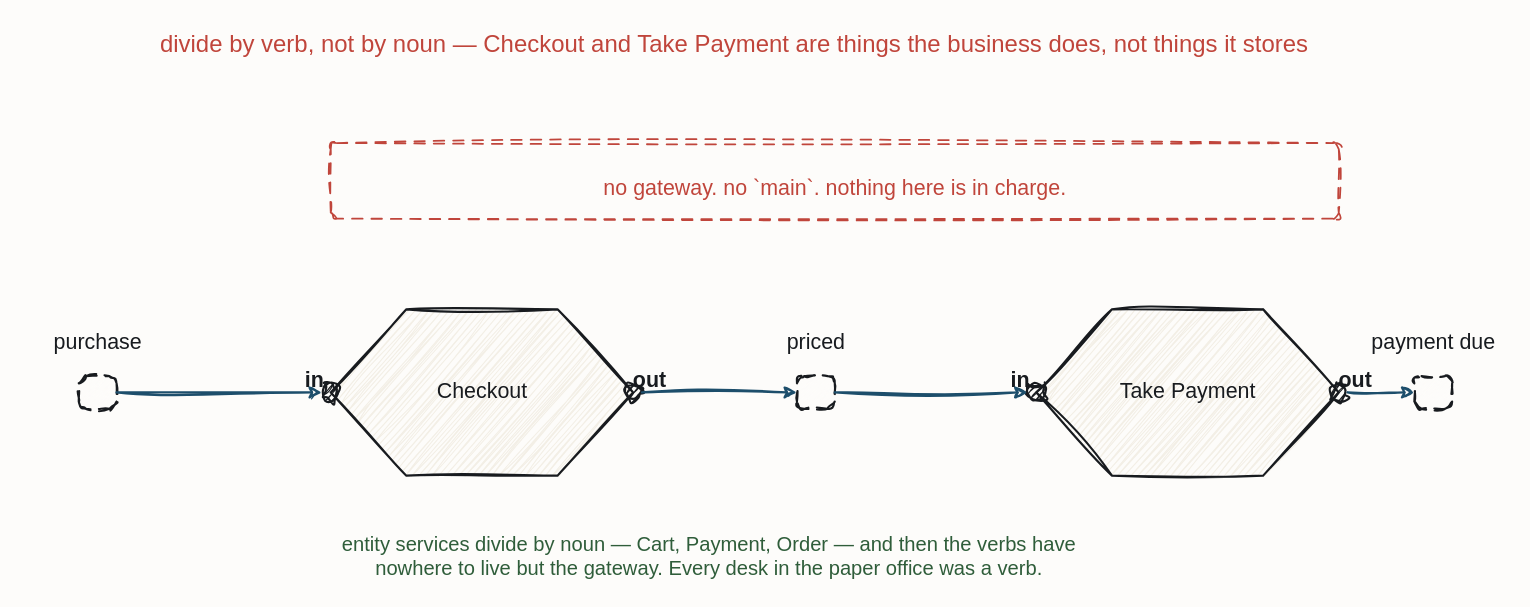
iancooper/practical-messaging keeps this draw.io diagram as resources/flow-partition-checkout.drawio. Above is the earlier version. Source tidied: cells renumbered, new cells numbered last; positions are measured from the earlier drawing's top-left corner, leaving out a move shared by most shapes. Both pictures are drawn from the tidied source at 126%, with x=0, y=0 at pixel (21, 21).
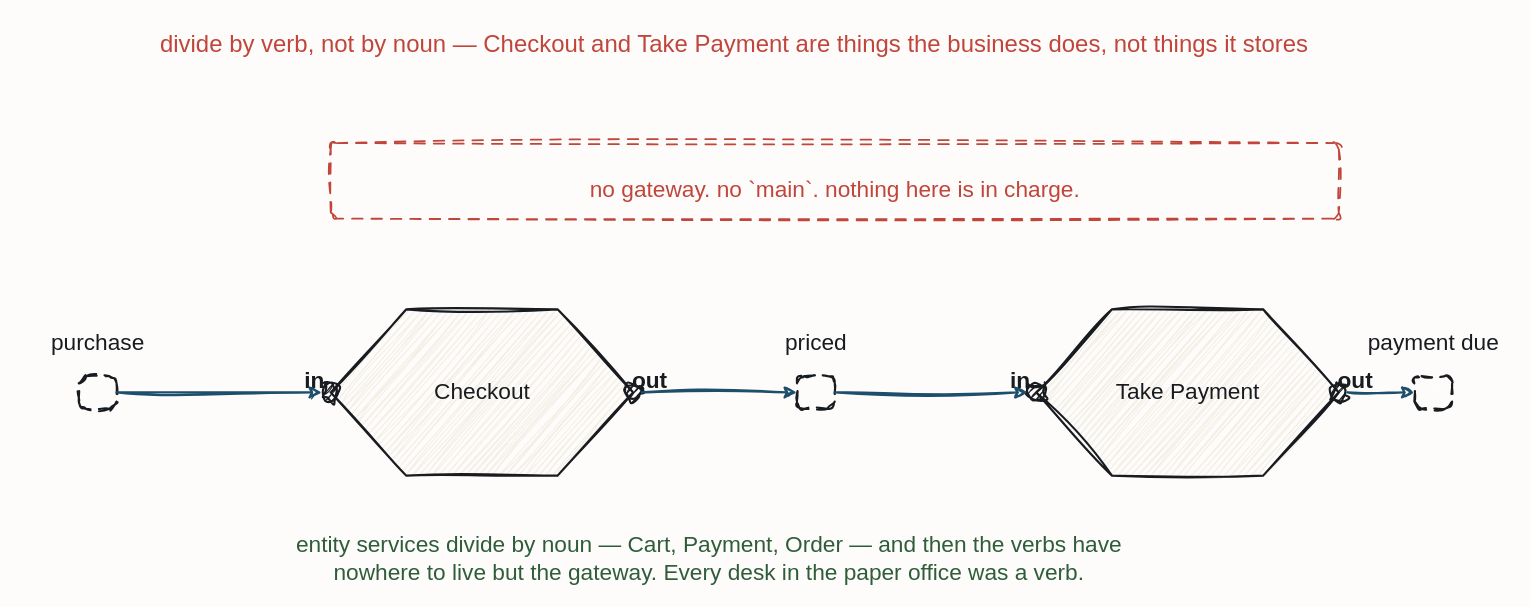
The same diagram, later.

Unchanged cells that the change refers to:
```xml
<mxCell id="5" style="sketch=1;hachureGap=4;jiggle=2;curveFitting=1;fontFamily=Caveat;html=1;ellipse;verticalLabelPosition=bottom;verticalAlign=top;strokeColor=#181B1F;strokeWidth=1.7;fillColor=#181B1F;fontColor=#181B1F;fontSize=14;" parent="1" vertex="1">
  <mxGeometry x="238" y="287" width="14" height="14" as="geometry" />
</mxCell>
<mxCell id="7" style="sketch=1;hachureGap=4;jiggle=2;curveFitting=1;fontFamily=Caveat;html=1;ellipse;verticalLabelPosition=bottom;verticalAlign=top;strokeColor=#181B1F;strokeWidth=1.7;fillColor=#181B1F;fontColor=#181B1F;fontSize=14;" parent="1" vertex="1">
  <mxGeometry x="478" y="287" width="14" height="14" as="geometry" />
</mxCell>
<mxCell id="10" style="sketch=1;hachureGap=4;jiggle=2;curveFitting=1;fontFamily=Caveat;html=1;ellipse;verticalLabelPosition=bottom;verticalAlign=top;strokeColor=#181B1F;strokeWidth=1.7;fillColor=#181B1F;fontColor=#181B1F;fontSize=14;" parent="1" vertex="1">
  <mxGeometry x="798" y="287" width="14" height="14" as="geometry" />
</mxCell>
<mxCell id="12" style="sketch=1;hachureGap=4;jiggle=2;curveFitting=1;fontFamily=Caveat;html=1;ellipse;verticalLabelPosition=bottom;verticalAlign=top;strokeColor=#181B1F;strokeWidth=1.7;fillColor=#181B1F;fontColor=#181B1F;fontSize=14;" parent="1" vertex="1">
  <mxGeometry x="1038" y="287" width="14" height="14" as="geometry" />
</mxCell>
<mxCell id="14" style="sketch=1;hachureGap=4;jiggle=2;curveFitting=1;fontFamily=Caveat;html=1;rounded=1;arcSize=22;dashed=1;dashPattern=5 4;strokeColor=#181B1F;strokeWidth=1.7;fillColor=#FDFCFA;fontColor=#181B1F;fontSize=13;" parent="1" vertex="1">
  <mxGeometry x="45" y="281" width="30" height="26" as="geometry" />
</mxCell>
<mxCell id="15" style="sketch=1;hachureGap=4;jiggle=2;curveFitting=1;fontFamily=Caveat;html=1;rounded=1;arcSize=22;dashed=1;dashPattern=5 4;strokeColor=#181B1F;strokeWidth=1.7;fillColor=#FDFCFA;fontColor=#181B1F;fontSize=13;" parent="1" vertex="1">
  <mxGeometry x="615" y="281" width="30" height="26" as="geometry" />
</mxCell>
<mxCell id="16" style="sketch=1;hachureGap=4;jiggle=2;curveFitting=1;fontFamily=Caveat;html=1;rounded=1;arcSize=22;dashed=1;dashPattern=5 4;strokeColor=#181B1F;strokeWidth=1.7;fillColor=#FDFCFA;fontColor=#181B1F;fontSize=13;" parent="1" vertex="1">
  <mxGeometry x="1105" y="281" width="30" height="26" as="geometry" />
</mxCell>
```

What changed in the source:
```diff
@@
-    <mxCell id="4" value="Checkout" style="sketch=1;hachureGap=4;jiggle=2;curveFitting=1;fontFamily=Caveat;html=1;shape=hexagon;perimeter=hexagonPerimeter2;strokeColor=#181B1F;strokeWidth=1.7;fillColor=#F3EFE6;fontColor=#181B1F;fontSize=17;" parent="1" vertex="1">
+    <mxCell id="4" value="Checkout" style="sketch=1;hachureGap=4;jiggle=2;curveFitting=1;fontFamily=Caveat;html=1;shape=hexagon;perimeter=hexagonPerimeter2;strokeColor=#181B1F;strokeWidth=1.7;fillColor=#F3EFE6;fontColor=#181B1F;fontSize=18;" parent="1" vertex="1">
       <mxGeometry x="245" y="228" width="240" height="132" as="geometry" />
     </mxCell>
@@
-    <mxCell id="6" value="in" style="text;html=1;align=center;fontFamily=Caveat;fontSize=17;fontColor=#181B1F;fontStyle=1;" parent="1" vertex="1">
+    <mxCell id="6" value="in" style="text;html=1;align=center;fontFamily=Caveat;fontSize=18;fontColor=#181B1F;fontStyle=1;" parent="1" vertex="1">
       <mxGeometry x="172" y="268" width="120" height="20" as="geometry" />
     </mxCell>
@@
-    <mxCell id="8" value="out" style="text;html=1;align=center;fontFamily=Caveat;fontSize=17;fontColor=#181B1F;fontStyle=1;" parent="1" vertex="1">
+    <mxCell id="8" value="out" style="text;html=1;align=center;fontFamily=Caveat;fontSize=18;fontColor=#181B1F;fontStyle=1;" parent="1" vertex="1">
       <mxGeometry x="438" y="268" width="120" height="20" as="geometry" />
     </mxCell>
-    <mxCell id="9" value="Take Payment" style="sketch=1;hachureGap=4;jiggle=2;curveFitting=1;fontFamily=Caveat;html=1;shape=hexagon;perimeter=hexagonPerimeter2;strokeColor=#181B1F;strokeWidth=1.7;fillColor=#F3EFE6;fontColor=#181B1F;fontSize=17;" parent="1" vertex="1">
+    <mxCell id="9" value="Take Payment" style="sketch=1;hachureGap=4;jiggle=2;curveFitting=1;fontFamily=Caveat;html=1;shape=hexagon;perimeter=hexagonPerimeter2;strokeColor=#181B1F;strokeWidth=1.7;fillColor=#F3EFE6;fontColor=#181B1F;fontSize=18;" parent="1" vertex="1">
       <mxGeometry x="805" y="228" width="240" height="132" as="geometry" />
     </mxCell>
@@
-    <mxCell id="11" value="in" style="text;html=1;align=center;fontFamily=Caveat;fontSize=17;fontColor=#181B1F;fontStyle=1;" parent="1" vertex="1">
+    <mxCell id="11" value="in" style="text;html=1;align=center;fontFamily=Caveat;fontSize=18;fontColor=#181B1F;fontStyle=1;" parent="1" vertex="1">
       <mxGeometry x="732" y="268" width="120" height="20" as="geometry" />
     </mxCell>
@@
-    <mxCell id="13" value="out" style="text;html=1;align=center;fontFamily=Caveat;fontSize=17;fontColor=#181B1F;fontStyle=1;" parent="1" vertex="1">
+    <mxCell id="13" value="out" style="text;html=1;align=center;fontFamily=Caveat;fontSize=18;fontColor=#181B1F;fontStyle=1;" parent="1" vertex="1">
       <mxGeometry x="998" y="268" width="120" height="20" as="geometry" />
     </mxCell>
@@
-    <mxCell id="17" value="purchase" style="text;html=1;align=center;fontFamily=Caveat;fontSize=17;fontColor=#181B1F;" parent="1" vertex="1">
+    <mxCell id="17" value="purchase" style="text;html=1;align=center;fontFamily=Caveat;fontSize=18;fontColor=#181B1F;" parent="1" vertex="1">
       <mxGeometry y="238" width="120" height="20" as="geometry" />
     </mxCell>
-    <mxCell id="18" value="priced" style="text;html=1;align=center;fontFamily=Caveat;fontSize=17;fontColor=#181B1F;" parent="1" vertex="1">
+    <mxCell id="18" value="priced" style="text;html=1;align=center;fontFamily=Caveat;fontSize=18;fontColor=#181B1F;" parent="1" vertex="1">
       <mxGeometry x="570" y="238" width="120" height="20" as="geometry" />
     </mxCell>
-    <mxCell id="19" value="payment due" style="text;html=1;align=center;fontFamily=Caveat;fontSize=17;fontColor=#181B1F;" parent="1" vertex="1">
+    <mxCell id="19" value="payment due" style="text;html=1;align=center;fontFamily=Caveat;fontSize=18;fontColor=#181B1F;" parent="1" vertex="1">
       <mxGeometry x="1060" y="238" width="120" height="20" as="geometry" />
     </mxCell>
-    <mxCell id="20" value="no gateway. no `main`. nothing here is in charge." style="text;html=1;align=center;fontFamily=Caveat;fontSize=17;fontColor=#C0453B;" parent="1" vertex="1">
+    <mxCell id="20" value="no gateway. no `main`. nothing here is in charge." style="text;html=1;align=center;fontFamily=Caveat;fontSize=18;fontColor=#C0453B;" parent="1" vertex="1">
       <mxGeometry x="585" y="116" width="120" height="20" as="geometry" />
     </mxCell>
-    <mxCell id="21" value="entity services divide by noun — Cart, Payment, Order — and then the verbs have&#10;nowhere to live but the gateway. Every desk in the paper office was a verb." style="text;html=1;align=center;fontFamily=Caveat;fontSize=16;fontColor=#2F5D3A;" parent="1" vertex="1">
+    <mxCell id="21" value="entity services divide by noun — Cart, Payment, Order — and then the verbs have&#10;nowhere to live but the gateway. Every desk in the paper office was a verb." style="text;html=1;align=center;fontFamily=Caveat;fontSize=18;fontColor=#2F5D3A;" parent="1" vertex="1">
       <mxGeometry x="485" y="398" width="120" height="20" as="geometry" />
     </mxCell>
-    <mxCell id="22" style="sketch=1;jiggle=2;curveFitting=1;edgeStyle=none;rounded=0;strokeColor=#1D4E6B;strokeWidth=1.8;fontFamily=Caveat;fontSize=17;fontColor=#1D4E6B;html=1;exitX=1.0;exitY=0.5;exitDx=0;exitDy=0;entryX=0.0;entryY=0.5;entryDx=0;entryDy=0;" parent="1" edge="1" source="14" target="5">
+    <mxCell id="22" style="sketch=1;jiggle=2;curveFitting=1;edgeStyle=none;rounded=0;strokeColor=#1D4E6B;strokeWidth=1.8;fontFamily=Caveat;fontSize=18;fontColor=#1D4E6B;html=1;exitX=1.0;exitY=0.5;exitDx=0;exitDy=0;entryX=0.0;entryY=0.5;entryDx=0;entryDy=0;" parent="1" edge="1" source="14" target="5">
       <mxGeometry relative="1" as="geometry" />
     </mxCell>
-    <mxCell id="23" style="sketch=1;jiggle=2;curveFitting=1;edgeStyle=none;rounded=0;strokeColor=#1D4E6B;strokeWidth=1.8;fontFamily=Caveat;fontSize=17;fontColor=#1D4E6B;html=1;exitX=1.0;exitY=0.5;exitDx=0;exitDy=0;entryX=0.0;entryY=0.5;entryDx=0;entryDy=0;" parent="1" edge="1" source="7" target="15">
+    <mxCell id="23" style="sketch=1;jiggle=2;curveFitting=1;edgeStyle=none;rounded=0;strokeColor=#1D4E6B;strokeWidth=1.8;fontFamily=Caveat;fontSize=18;fontColor=#1D4E6B;html=1;exitX=1.0;exitY=0.5;exitDx=0;exitDy=0;entryX=0.0;entryY=0.5;entryDx=0;entryDy=0;" parent="1" edge="1" source="7" target="15">
       <mxGeometry relative="1" as="geometry" />
     </mxCell>
-    <mxCell id="24" style="sketch=1;jiggle=2;curveFitting=1;edgeStyle=none;rounded=0;strokeColor=#1D4E6B;strokeWidth=1.8;fontFamily=Caveat;fontSize=17;fontColor=#1D4E6B;html=1;exitX=1.0;exitY=0.5;exitDx=0;exitDy=0;entryX=0.0;entryY=0.5;entryDx=0;entryDy=0;" parent="1" edge="1" source="15" target="10">
+    <mxCell id="24" style="sketch=1;jiggle=2;curveFitting=1;edgeStyle=none;rounded=0;strokeColor=#1D4E6B;strokeWidth=1.8;fontFamily=Caveat;fontSize=18;fontColor=#1D4E6B;html=1;exitX=1.0;exitY=0.5;exitDx=0;exitDy=0;entryX=0.0;entryY=0.5;entryDx=0;entryDy=0;" parent="1" edge="1" source="15" target="10">
       <mxGeometry relative="1" as="geometry" />
     </mxCell>
-    <mxCell id="25" style="sketch=1;jiggle=2;curveFitting=1;edgeStyle=none;rounded=0;strokeColor=#1D4E6B;strokeWidth=1.8;fontFamily=Caveat;fontSize=17;fontColor=#1D4E6B;html=1;exitX=1.0;exitY=0.5;exitDx=0;exitDy=0;entryX=0.0;entryY=0.5;entryDx=0;entryDy=0;" parent="1" edge="1" source="12" target="16">
+    <mxCell id="25" style="sketch=1;jiggle=2;curveFitting=1;edgeStyle=none;rounded=0;strokeColor=#1D4E6B;strokeWidth=1.8;fontFamily=Caveat;fontSize=18;fontColor=#1D4E6B;html=1;exitX=1.0;exitY=0.5;exitDx=0;exitDy=0;entryX=0.0;entryY=0.5;entryDx=0;entryDy=0;" parent="1" edge="1" source="12" target="16">
       <mxGeometry relative="1" as="geometry" />
     </mxCell>
```
